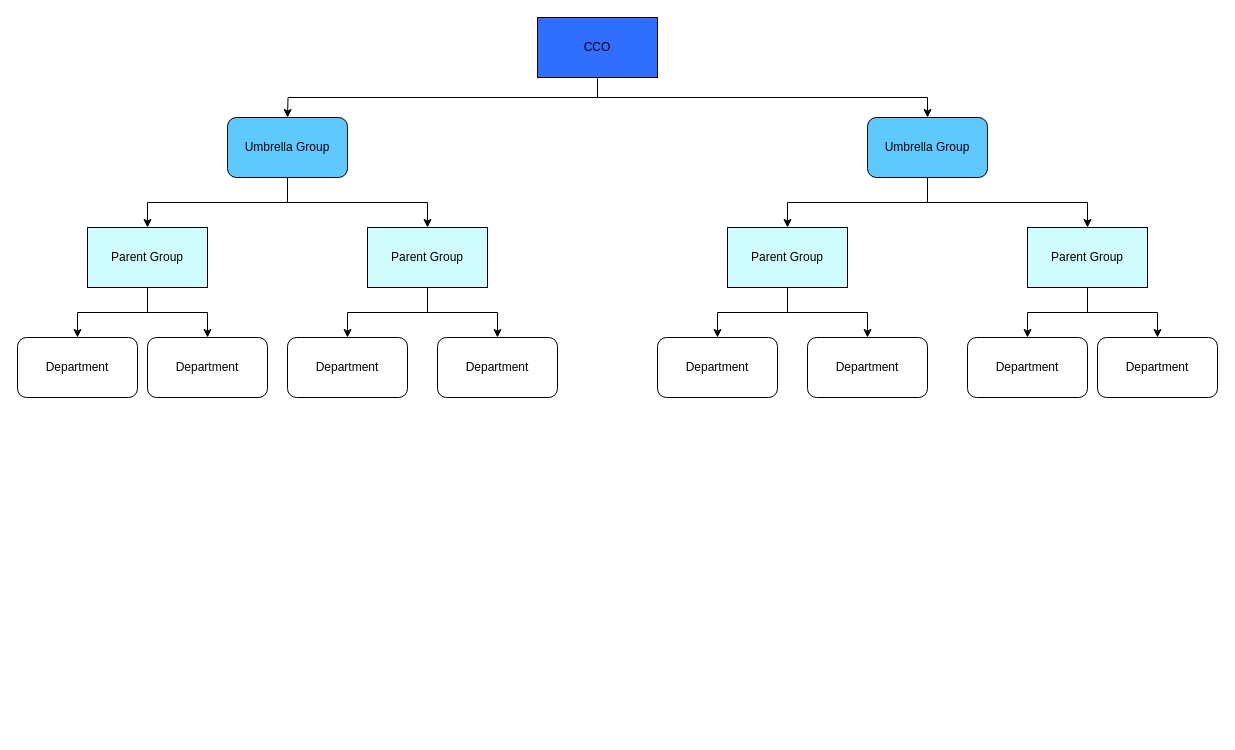
Earlier version of the draw.io diagram page "CCO" (6 of 6) of Adaptive_org_classification.drawio (PhoenixTagal/Haku). Source tidied: cells renumbered, new cells numbered last; positions are measured from the earlier drawing's top-left corner, leaving out a move shared by most shapes. Both pictures are drawn from the tidied source at 100%, with x=0, y=0 at pixel (17, 17).
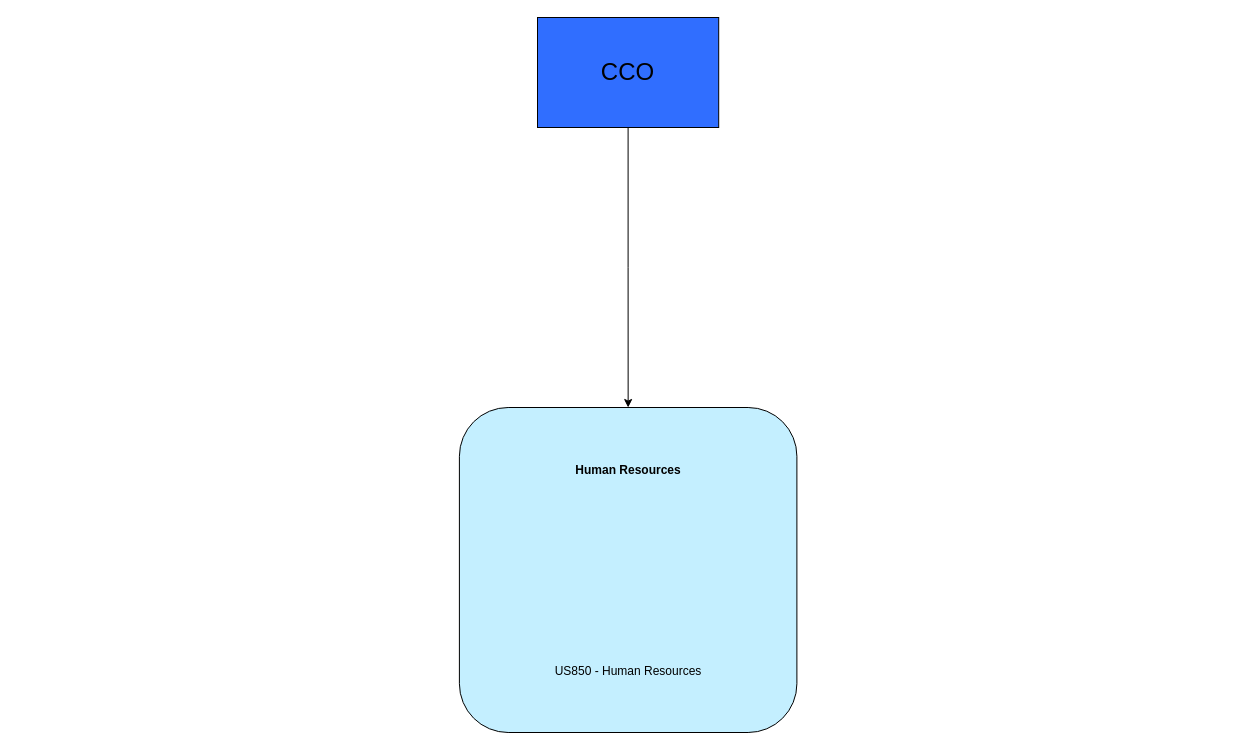
Above is the later version.

What changed in the source:
```diff
@@
-    <mxCell id="2" style="edgeStyle=orthogonalEdgeStyle;rounded=0;jettySize=auto;html=1;exitX=0.5;exitY=1;exitDx=0;exitDy=0;entryX=0.5;entryY=0;entryDx=0;entryDy=0;" parent="1" edge="1" source="4">
-      <mxGeometry relative="1" as="geometry">
-        <mxPoint x="270" y="100" as="targetPoint" />
-      </mxGeometry>
-    </mxCell>
-    <mxCell id="3" style="edgeStyle=orthogonalEdgeStyle;rounded=0;jettySize=auto;html=1;exitX=0.5;exitY=1;exitDx=0;exitDy=0;entryX=0.5;entryY=0;entryDx=0;entryDy=0;" parent="1" edge="1" source="4" target="7">
-      <mxGeometry relative="1" as="geometry" />
-    </mxCell>
+    <mxCell id="31" style="edgeStyle=orthogonalEdgeStyle;rounded=0;jettySize=auto;html=1;exitX=0.5;exitY=1;exitDx=0;exitDy=0;entryX=0.5;entryY=0;entryDx=0;entryDy=0;" parent="1" edge="1" source="4" target="32">
+      <mxGeometry relative="1" as="geometry" />
+    </mxCell>
-    <mxCell id="4" value="CCO" style="rounded=0;whiteSpace=wrap;html=1;fillColor=#306EFF;" parent="1" vertex="1">
-      <mxGeometry x="520" width="120" height="60" as="geometry" />
+    <mxCell id="4" value="&lt;font style=&quot;font-size: 24px;&quot;&gt;CCO&lt;/font&gt;" style="rounded=0;whiteSpace=wrap;html=1;fillColor=#306EFF;" parent="1" vertex="1">
+      <mxGeometry x="520" width="181.2" height="110" as="geometry" />
     </mxCell>
-    <mxCell id="5" style="edgeStyle=orthogonalEdgeStyle;rounded=0;jettySize=auto;html=1;exitX=0.5;exitY=1;exitDx=0;exitDy=0;entryX=0.5;entryY=0;entryDx=0;entryDy=0;" parent="1" edge="1" source="7" target="10">
-      <mxGeometry relative="1" as="geometry" />
-    </mxCell>
-    <mxCell id="6" style="edgeStyle=orthogonalEdgeStyle;rounded=0;jettySize=auto;html=1;exitX=0.5;exitY=1;exitDx=0;exitDy=0;entryX=0.5;entryY=0;entryDx=0;entryDy=0;" parent="1" edge="1" source="7" target="13">
-      <mxGeometry relative="1" as="geometry" />
-    </mxCell>
-    <mxCell id="7" value="Umbrella Group" style="rounded=1;whiteSpace=wrap;html=1;fillColor=#5EC9FF;" parent="1" vertex="1">
-      <mxGeometry x="850" y="100" width="120" height="60" as="geometry" />
-    </mxCell>
-    <mxCell id="8" style="edgeStyle=orthogonalEdgeStyle;rounded=0;jettySize=auto;html=1;exitX=0.5;exitY=1;exitDx=0;exitDy=0;entryX=0.5;entryY=0;entryDx=0;entryDy=0;" parent="1" edge="1" source="10" target="14">
-      <mxGeometry relative="1" as="geometry" />
-    </mxCell>
-    <mxCell id="9" style="edgeStyle=orthogonalEdgeStyle;rounded=0;jettySize=auto;html=1;exitX=0.5;exitY=1;exitDx=0;exitDy=0;entryX=0.5;entryY=0;entryDx=0;entryDy=0;" parent="1" edge="1" source="10" target="15">
-      <mxGeometry relative="1" as="geometry" />
-    </mxCell>
-    <mxCell id="10" value="Parent Group" style="rounded=0;whiteSpace=wrap;html=1;fillColor=#CFFDFF;" parent="1" vertex="1">
-      <mxGeometry x="710" y="210" width="120" height="60" as="geometry" />
-    </mxCell>
-    <mxCell id="11" style="edgeStyle=orthogonalEdgeStyle;rounded=0;jettySize=auto;html=1;exitX=0.5;exitY=1;exitDx=0;exitDy=0;entryX=0.5;entryY=0;entryDx=0;entryDy=0;" parent="1" edge="1" source="13" target="16">
-      <mxGeometry relative="1" as="geometry" />
-    </mxCell>
-    <mxCell id="12" style="edgeStyle=orthogonalEdgeStyle;rounded=0;jettySize=auto;html=1;exitX=0.5;exitY=1;exitDx=0;exitDy=0;entryX=0.5;entryY=0;entryDx=0;entryDy=0;" parent="1" edge="1" source="13" target="17">
-      <mxGeometry relative="1" as="geometry" />
-    </mxCell>
-    <mxCell id="13" value="Parent Group" style="rounded=0;whiteSpace=wrap;html=1;fillColor=#CFFDFF;" parent="1" vertex="1">
-      <mxGeometry x="1010" y="210" width="120" height="60" as="geometry" />
-    </mxCell>
-    <mxCell id="14" value="Department" style="rounded=1;whiteSpace=wrap;html=1;fillColor=#FFFFFF;" parent="1" vertex="1">
-      <mxGeometry x="640" y="320" width="120" height="60" as="geometry" />
-    </mxCell>
-    <mxCell id="15" value="Department" style="rounded=1;whiteSpace=wrap;html=1;fillColor=#FFFFFF;" parent="1" vertex="1">
-      <mxGeometry x="790" y="320" width="120" height="60" as="geometry" />
-    </mxCell>
-    <mxCell id="16" value="Department" style="rounded=1;whiteSpace=wrap;html=1;fillColor=#FFFFFF;" parent="1" vertex="1">
-      <mxGeometry x="950" y="320" width="120" height="60" as="geometry" />
-    </mxCell>
-    <mxCell id="17" value="Department" style="rounded=1;whiteSpace=wrap;html=1;fillColor=#FFFFFF;" parent="1" vertex="1">
-      <mxGeometry x="1080" y="320" width="120" height="60" as="geometry" />
-    </mxCell>
-    <mxCell id="18" style="edgeStyle=orthogonalEdgeStyle;rounded=0;jettySize=auto;html=1;exitX=0.5;exitY=1;exitDx=0;exitDy=0;entryX=0.5;entryY=0;entryDx=0;entryDy=0;" parent="1" edge="1" source="20" target="23">
-      <mxGeometry relative="1" as="geometry" />
-    </mxCell>
-    <mxCell id="19" style="edgeStyle=orthogonalEdgeStyle;rounded=0;jettySize=auto;html=1;exitX=0.5;exitY=1;exitDx=0;exitDy=0;" parent="1" edge="1" source="20" target="26">
-      <mxGeometry relative="1" as="geometry" />
-    </mxCell>
-    <mxCell id="20" value="Umbrella Group" style="rounded=1;whiteSpace=wrap;html=1;fillColor=#5EC9FF;" parent="1" vertex="1">
-      <mxGeometry x="210" y="100" width="120" height="60" as="geometry" />
-    </mxCell>
-    <mxCell id="21" style="edgeStyle=orthogonalEdgeStyle;rounded=0;jettySize=auto;html=1;exitX=0.5;exitY=1;exitDx=0;exitDy=0;entryX=0.5;entryY=0;entryDx=0;entryDy=0;" parent="1" edge="1" source="23" target="27">
-      <mxGeometry relative="1" as="geometry" />
-    </mxCell>
-    <mxCell id="22" style="edgeStyle=orthogonalEdgeStyle;rounded=0;jettySize=auto;html=1;exitX=0.5;exitY=1;exitDx=0;exitDy=0;entryX=0.5;entryY=0;entryDx=0;entryDy=0;" parent="1" edge="1" source="23" target="28">
-      <mxGeometry relative="1" as="geometry" />
-    </mxCell>
-    <mxCell id="23" value="Parent Group" style="rounded=0;whiteSpace=wrap;html=1;fillColor=#CFFDFF;" parent="1" vertex="1">
-      <mxGeometry x="70" y="210" width="120" height="60" as="geometry" />
-    </mxCell>
-    <mxCell id="24" style="edgeStyle=orthogonalEdgeStyle;rounded=0;jettySize=auto;html=1;exitX=0.5;exitY=1;exitDx=0;exitDy=0;entryX=0.5;entryY=0;entryDx=0;entryDy=0;" parent="1" edge="1" source="26" target="29">
-      <mxGeometry relative="1" as="geometry" />
-    </mxCell>
-    <mxCell id="25" style="edgeStyle=orthogonalEdgeStyle;rounded=0;jettySize=auto;html=1;exitX=0.5;exitY=1;exitDx=0;exitDy=0;entryX=0.5;entryY=0;entryDx=0;entryDy=0;" parent="1" edge="1" source="26" target="30">
-      <mxGeometry relative="1" as="geometry" />
-    </mxCell>
-    <mxCell id="26" value="Parent Group" style="rounded=0;whiteSpace=wrap;html=1;fillColor=#CFFDFF;" parent="1" vertex="1">
-      <mxGeometry x="350" y="210" width="120" height="60" as="geometry" />
-    </mxCell>
-    <mxCell id="27" value="Department" style="rounded=1;whiteSpace=wrap;html=1;fillColor=#FFFFFF;" parent="1" vertex="1">
-      <mxGeometry y="320" width="120" height="60" as="geometry" />
-    </mxCell>
-    <mxCell id="28" value="Department" style="rounded=1;whiteSpace=wrap;html=1;fillColor=#FFFFFF;" parent="1" vertex="1">
-      <mxGeometry x="130" y="320" width="120" height="60" as="geometry" />
-    </mxCell>
-    <mxCell id="29" value="Department" style="rounded=1;whiteSpace=wrap;html=1;fillColor=#FFFFFF;" parent="1" vertex="1">
-      <mxGeometry x="270" y="320" width="120" height="60" as="geometry" />
-    </mxCell>
-    <mxCell id="30" value="Department" style="rounded=1;whiteSpace=wrap;html=1;fillColor=#FFFFFF;" parent="1" vertex="1">
-      <mxGeometry x="420" y="320" width="120" height="60" as="geometry" />
-    </mxCell>
+    <mxCell id="32" value="&lt;b&gt;Human Resources&lt;/b&gt;&lt;br&gt;&lt;br&gt;&lt;br&gt;&lt;br&gt;&lt;br&gt;&lt;br&gt;&lt;br&gt;&lt;br&gt;&lt;br&gt;&lt;br&gt;&lt;br&gt;&lt;br&gt;&lt;br&gt;&lt;br&gt;US850 - Human Resources" style="rounded=1;whiteSpace=wrap;html=1;fillColor=#C4EFFF;" parent="1" vertex="1">
+      <mxGeometry x="441.9" y="390" width="337.5" height="325" as="geometry" />
+    </mxCell>
```
